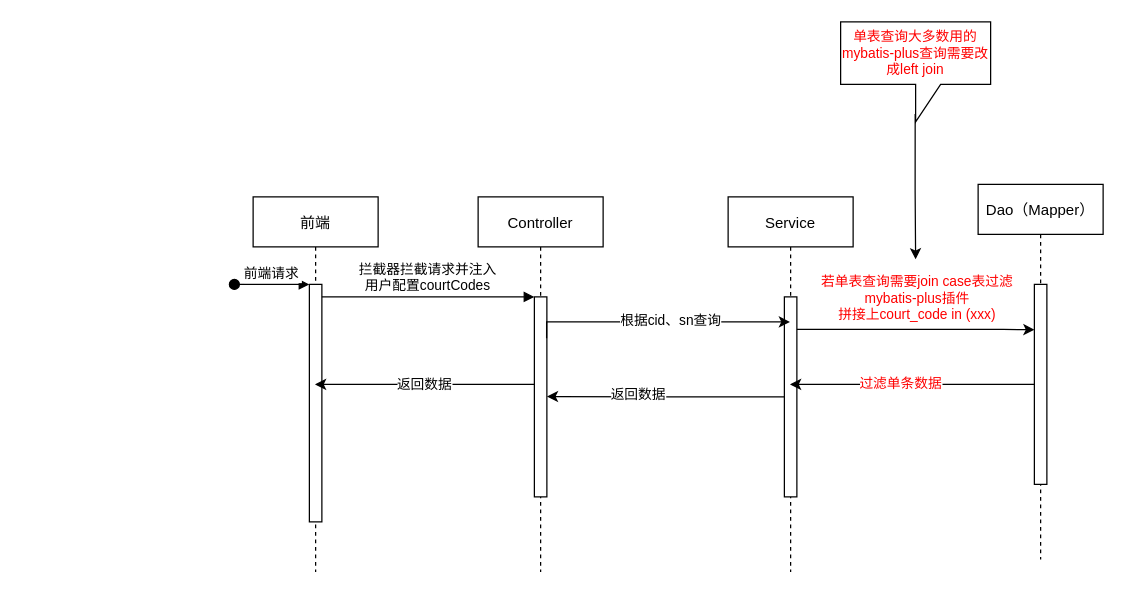
Above: page "单条记录" (1 of 3) of 挖财自营诉调系统-司法进程&资产保全页面数据权限控制.drawio in HillCheuang/images (draw.io), before the change. Source tidied: cells renumbered, new cells numbered last; positions are measured from the earlier drawing's top-left corner, leaving out a move shared by most shapes. Both pictures are drawn from the tidied source at 125%, with x=0, y=0 at pixel (234, 21).
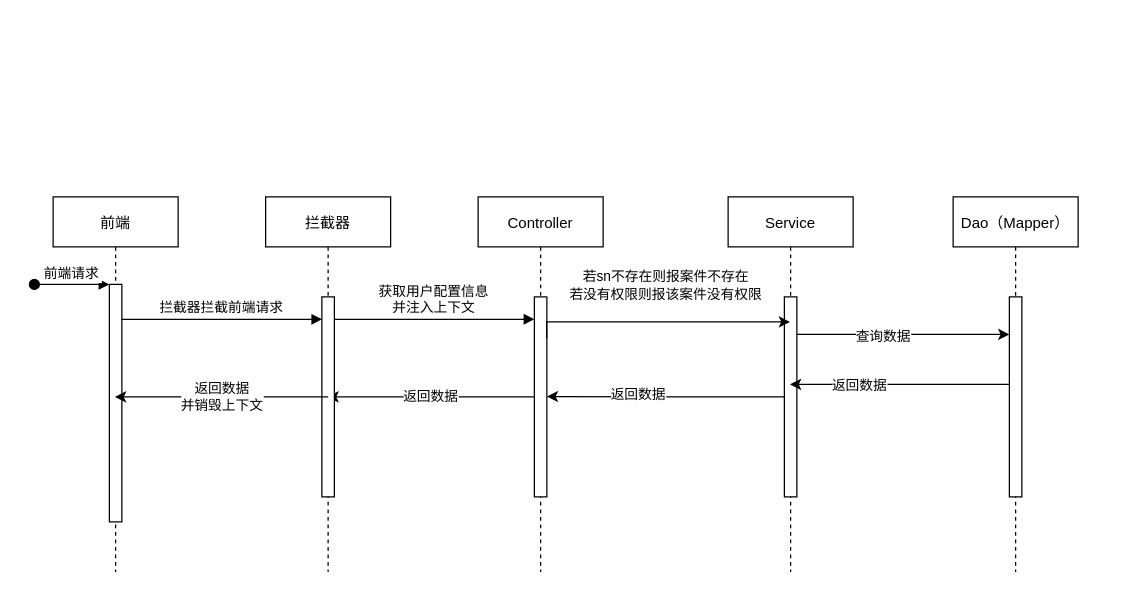
The same diagram, later.

Commit message:
Update 挖财自营诉调系统-司法进程&资产保全页面数据权限控制.drawio

Unchanged cells that the change refers to:
```xml
<mxCell id="3" style="points=[];perimeter=orthogonalPerimeter;rounded=0;shadow=0;strokeWidth=1;" parent="2" vertex="1">
  <mxGeometry x="45" y="70" width="10" height="190" as="geometry" />
</mxCell>
<mxCell id="5" value="Controller" style="shape=umlLifeline;perimeter=lifelinePerimeter;rounded=0;shadow=0;strokeWidth=1;" parent="1" vertex="1">
  <mxGeometry x="195" y="140" width="100" height="300" as="geometry" />
</mxCell>
<mxCell id="6" style="points=[];perimeter=orthogonalPerimeter;rounded=0;shadow=0;strokeWidth=1;" parent="5" vertex="1">
  <mxGeometry x="45" y="80" width="10" height="160" as="geometry" />
</mxCell>
<mxCell id="8" value="Service" style="shape=umlLifeline;perimeter=lifelinePerimeter;rounded=0;shadow=0;strokeWidth=1;" parent="1" vertex="1">
  <mxGeometry x="395" y="140" width="100" height="300" as="geometry" />
</mxCell>
<mxCell id="9" style="points=[];perimeter=orthogonalPerimeter;rounded=0;shadow=0;strokeWidth=1;" parent="8" vertex="1">
  <mxGeometry x="45" y="80" width="10" height="160" as="geometry" />
</mxCell>
<mxCell id="11" style="points=[];perimeter=orthogonalPerimeter;rounded=0;shadow=0;strokeWidth=1;" parent="10" vertex="1">
  <mxGeometry x="45" y="80" width="10" height="160" as="geometry" />
</mxCell>
<mxCell id="12" style="edgeStyle=orthogonalEdgeStyle;rounded=0;jettySize=auto;html=1;fontSize=11;exitX=0.978;exitY=0.207;exitDx=0;exitDy=0;exitPerimeter=0;" parent="1" edge="1" source="6" target="8">
  <mxGeometry relative="1" as="geometry">
    <Array as="points">
      <mxPoint x="250" y="240" />
    </Array>
  </mxGeometry>
</mxCell>
```

Change to the diagram source:
```diff
@@
     <mxCell id="2" value="前端" style="shape=umlLifeline;perimeter=lifelinePerimeter;rounded=0;shadow=0;strokeWidth=1;" parent="1" vertex="1">
-      <mxGeometry x="15" y="140" width="100" height="300" as="geometry" />
+      <mxGeometry x="-145" y="140" width="100" height="300" as="geometry" />
     </mxCell>
@@
+    <mxCell id="23" value="获取用户配置信息&#10;并注入上下文" style="verticalAlign=bottom;endArrow=block;entryX=0.022;entryY=0.112;shadow=0;strokeWidth=1;fontSize=11;entryDx=0;entryDy=0;entryPerimeter=0;" parent="5" edge="1">
+      <mxGeometry relative="1" as="geometry">
+        <mxPoint x="-115.2" y="97.9" as="sourcePoint" />
+        <mxPoint x="45" y="97.9" as="targetPoint" />
+      </mxGeometry>
+    </mxCell>
-    <mxCell id="7" value="拦截器拦截请求并注入&#10;用户配置courtCodes" style="verticalAlign=bottom;endArrow=block;entryX=0;entryY=0;shadow=0;strokeWidth=1;fontSize=11;" parent="1" edge="1" source="3" target="6">
+    <mxCell id="7" value="拦截器拦截前端请求" style="verticalAlign=bottom;endArrow=block;entryX=0.022;entryY=0.112;shadow=0;strokeWidth=1;fontSize=11;entryDx=0;entryDy=0;entryPerimeter=0;" parent="1" edge="1" source="3" target="27">
       <mxGeometry relative="1" as="geometry" />
     </mxCell>
@@
     <mxCell id="10" value="Dao（Mapper）" style="shape=umlLifeline;perimeter=lifelinePerimeter;rounded=0;shadow=0;strokeWidth=1;" parent="1" vertex="1">
-      <mxGeometry x="595" y="130" width="100" height="300" as="geometry" />
+      <mxGeometry x="575" y="140" width="100" height="300" as="geometry" />
     </mxCell>
@@
-    <mxCell id="13" value="根据cid、sn查询" style="edgeLabel;html=1;align=center;verticalAlign=middle;fontSize=11;" parent="12" vertex="1">
-      <mxGeometry x="0.08" y="2" relative="1" as="geometry" />
+    <mxCell id="13" value="若sn不存在则报案件不存在&lt;br&gt;若没有权限则报该案件没有权限" style="edgeLabel;html=1;align=center;verticalAlign=middle;fontSize=11;" parent="12" vertex="1">
+      <mxGeometry x="0.08" y="2" relative="1" as="geometry">
+        <mxPoint x="-4" y="-28" as="offset" />
+      </mxGeometry>
     </mxCell>
-    <mxCell id="14" style="edgeStyle=orthogonalEdgeStyle;rounded=0;jettySize=auto;html=1;entryX=0.009;entryY=0.227;entryDx=0;entryDy=0;entryPerimeter=0;fontSize=11;" parent="1" edge="1" source="9" target="11">
+    <mxCell id="14" style="edgeStyle=orthogonalEdgeStyle;rounded=0;jettySize=auto;html=1;fontSize=11;" parent="1" edge="1" source="9" target="11">
       <mxGeometry relative="1" as="geometry">
         <Array as="points">
-          <mxPoint x="615" y="246" />
-          <mxPoint x="615" y="246" />
+          <mxPoint x="535" y="250" />
+          <mxPoint x="535" y="250" />
         </Array>
       </mxGeometry>
     </mxCell>
-    <mxCell id="15" value="&lt;font color=&quot;#ff0000&quot;&gt;若单表查询需要join case表过滤&lt;br&gt;mybatis-plus插件&lt;br&gt;拼接上court_code in (xxx)&lt;br&gt;&lt;/font&gt;" style="edgeLabel;html=1;align=center;verticalAlign=middle;fontSize=11;" parent="14" vertex="1">
-      <mxGeometry x="-0.35" y="-2" relative="1" as="geometry">
-        <mxPoint x="33" y="-28" as="offset" />
-      </mxGeometry>
-    </mxCell>
-    <mxCell id="16" style="edgeStyle=orthogonalEdgeStyle;rounded=0;jettySize=auto;html=1;fontSize=11;fontColor=#FF0000;exitX=0.497;exitY=0.921;exitDx=0;exitDy=0;exitPerimeter=0;" parent="1" edge="1" source="17">
-      <mxGeometry relative="1" as="geometry">
-        <mxPoint x="545" y="190" as="targetPoint" />
-      </mxGeometry>
-    </mxCell>
-    <mxCell id="17" value="单表查询大多数用的mybatis-plus查询需要改成left join" style="shape=callout;whiteSpace=wrap;html=1;perimeter=calloutPerimeter;fontSize=11;fontColor=#FF0000;" parent="1" vertex="1">
-      <mxGeometry x="485" width="120" height="80" as="geometry" />
-    </mxCell>
+    <mxCell id="24" value="查询数据" style="edgeLabel;html=1;align=center;verticalAlign=middle;" parent="14" vertex="1">
+      <mxGeometry x="-0.2" y="-1" relative="1" as="geometry" />
+    </mxCell>
     <mxCell id="18" style="edgeStyle=orthogonalEdgeStyle;rounded=0;jettySize=auto;html=1;fontSize=11;fontColor=#FF0000;" parent="1" edge="1" source="11" target="8">
-      <mxGeometry relative="1" as="geometry" />
+      <mxGeometry relative="1" as="geometry">
+        <Array as="points">
+          <mxPoint x="595" y="290" />
+          <mxPoint x="595" y="290" />
+        </Array>
+      </mxGeometry>
     </mxCell>
-    <mxCell id="19" value="过滤单条数据" style="edgeLabel;html=1;align=center;verticalAlign=middle;fontSize=11;fontColor=#FF0000;" parent="18" vertex="1">
-      <mxGeometry x="0.1" y="-2" relative="1" as="geometry" />
-    </mxCell>
+    <mxCell id="25" value="返回数据" style="edgeLabel;html=1;align=center;verticalAlign=middle;" parent="18" vertex="1">
+      <mxGeometry x="0.38" relative="1" as="geometry" />
+    </mxCell>
@@
-    <mxCell id="22" value="&lt;font color=&quot;#000000&quot;&gt;返回数据&lt;/font&gt;" style="edgeStyle=orthogonalEdgeStyle;rounded=0;jettySize=auto;html=1;fontSize=11;fontColor=#FF0000;" parent="1" edge="1" source="6" target="2">
+    <mxCell id="22" value="&lt;font color=&quot;#000000&quot;&gt;返回数据&lt;/font&gt;" style="edgeStyle=orthogonalEdgeStyle;rounded=0;jettySize=auto;html=1;fontSize=11;fontColor=#FF0000;" parent="1" edge="1" source="6" target="26">
       <mxGeometry relative="1" as="geometry">
         <Array as="points">
-          <mxPoint x="195" y="290" />
-          <mxPoint x="195" y="290" />
+          <mxPoint x="185" y="300" />
+          <mxPoint x="185" y="300" />
         </Array>
       </mxGeometry>
     </mxCell>
+    <mxCell id="26" value="拦截器" style="shape=umlLifeline;perimeter=lifelinePerimeter;rounded=0;shadow=0;strokeWidth=1;" parent="1" vertex="1">
+      <mxGeometry x="25" y="140" width="100" height="300" as="geometry" />
+    </mxCell>
+    <mxCell id="27" style="points=[];perimeter=orthogonalPerimeter;rounded=0;shadow=0;strokeWidth=1;" parent="26" vertex="1">
+      <mxGeometry x="45" y="80" width="10" height="160" as="geometry" />
+    </mxCell>
+    <mxCell id="28" value="&lt;font color=&quot;#000000&quot;&gt;返回数据&lt;br&gt;并销毁上下文&lt;/font&gt;" style="edgeStyle=orthogonalEdgeStyle;rounded=0;jettySize=auto;html=1;fontSize=11;fontColor=#FF0000;" parent="1" edge="1" target="2">
+      <mxGeometry relative="1" as="geometry">
+        <mxPoint x="75" y="300" as="sourcePoint" />
+        <Array as="points">
+          <mxPoint x="75" y="300" />
+        </Array>
+      </mxGeometry>
+    </mxCell>
```
